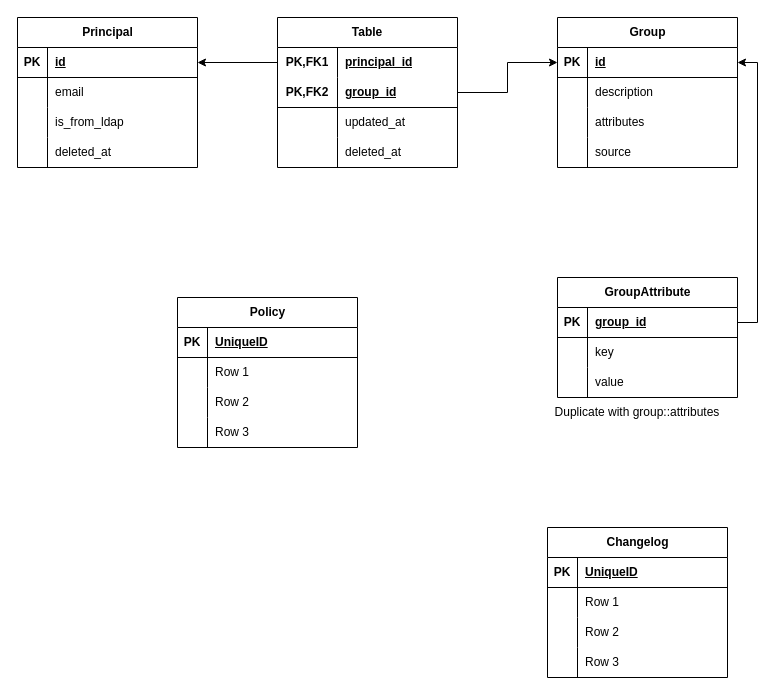
Above: CSS Authorization ABAC+RBAC.drawio in evagle/awesome (draw.io), before the change. Source tidied: cells renumbered, new cells numbered last; positions are measured from the earlier drawing's top-left corner, leaving out a move shared by most shapes. Both pictures are drawn from the tidied source at 100%, with x=0, y=0 at pixel (17, 17).
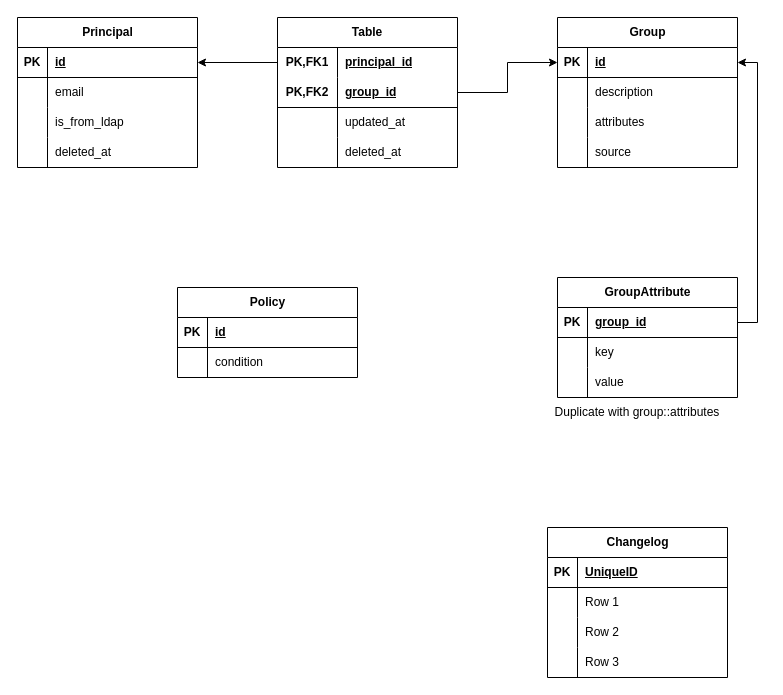
The same page after the edit.

The change refers to these unchanged cells:
```xml
<mxCell id="39" style="shape=tableRow;horizontal=0;startSize=0;swimlaneHead=0;swimlaneBody=0;fillColor=none;top=0;left=0;right=0;bottom=1;" parent="38" vertex="1">
  <mxGeometry y="30" width="180" height="30" as="geometry" />
</mxCell>
<mxCell id="42" style="shape=tableRow;horizontal=0;startSize=0;swimlaneHead=0;swimlaneBody=0;fillColor=none;top=0;left=0;right=0;bottom=0;" parent="38" vertex="1">
  <mxGeometry y="60" width="180" height="30" as="geometry" />
</mxCell>
```

What changed in the source:
```diff
@@
     <mxCell id="38" value="Policy" style="shape=table;startSize=30;childLayout=tableLayout;rowLines=0;fontStyle=1;align=center;html=1;" parent="1" vertex="1">
-      <mxGeometry x="160" y="280" width="180" height="150" as="geometry" />
+      <mxGeometry x="160" y="270" width="180" height="90" as="geometry" />
     </mxCell>
@@
-    <mxCell id="41" value="UniqueID" style="shape=partialRectangle;fillColor=none;top=0;left=0;bottom=0;right=0;align=left;spacingLeft=6;fontStyle=5;overflow=hidden;whiteSpace=wrap;html=1;" parent="39" vertex="1">
+    <mxCell id="41" value="id" style="shape=partialRectangle;fillColor=none;top=0;left=0;bottom=0;right=0;align=left;spacingLeft=6;fontStyle=5;overflow=hidden;whiteSpace=wrap;html=1;" parent="39" vertex="1">
       <mxGeometry x="30" width="150" height="30" as="geometry" />
     </mxCell>
@@
-    <mxCell id="44" value="Row 1" style="shape=partialRectangle;fillColor=none;top=0;left=0;bottom=0;right=0;align=left;spacingLeft=6;overflow=hidden;whiteSpace=wrap;html=1;" parent="42" vertex="1">
+    <mxCell id="44" value="condition" style="shape=partialRectangle;fillColor=none;top=0;left=0;bottom=0;right=0;align=left;spacingLeft=6;overflow=hidden;whiteSpace=wrap;html=1;" parent="42" vertex="1">
       <mxGeometry x="30" width="150" height="30" as="geometry" />
     </mxCell>
-    <mxCell id="45" style="shape=tableRow;horizontal=0;startSize=0;swimlaneHead=0;swimlaneBody=0;fillColor=none;top=0;left=0;right=0;bottom=0;" parent="38" vertex="1">
-      <mxGeometry y="90" width="180" height="30" as="geometry" />
-    </mxCell>
-    <mxCell id="46" style="shape=partialRectangle;fillColor=none;top=0;left=0;bottom=0;right=0;overflow=hidden;whiteSpace=wrap;html=1;" parent="45" vertex="1">
-      <mxGeometry width="30" height="30" as="geometry" />
-    </mxCell>
-    <mxCell id="47" value="Row 2" style="shape=partialRectangle;fillColor=none;top=0;left=0;bottom=0;right=0;align=left;spacingLeft=6;overflow=hidden;whiteSpace=wrap;html=1;" parent="45" vertex="1">
-      <mxGeometry x="30" width="150" height="30" as="geometry" />
-    </mxCell>
-    <mxCell id="48" style="shape=tableRow;horizontal=0;startSize=0;swimlaneHead=0;swimlaneBody=0;fillColor=none;top=0;left=0;right=0;bottom=0;" parent="38" vertex="1">
-      <mxGeometry y="120" width="180" height="30" as="geometry" />
-    </mxCell>
-    <mxCell id="49" style="shape=partialRectangle;fillColor=none;top=0;left=0;bottom=0;right=0;overflow=hidden;whiteSpace=wrap;html=1;" parent="48" vertex="1">
-      <mxGeometry width="30" height="30" as="geometry" />
-    </mxCell>
-    <mxCell id="50" value="Row 3" style="shape=partialRectangle;fillColor=none;top=0;left=0;bottom=0;right=0;align=left;spacingLeft=6;overflow=hidden;whiteSpace=wrap;html=1;" parent="48" vertex="1">
-      <mxGeometry x="30" width="150" height="30" as="geometry" />
-    </mxCell>
```
